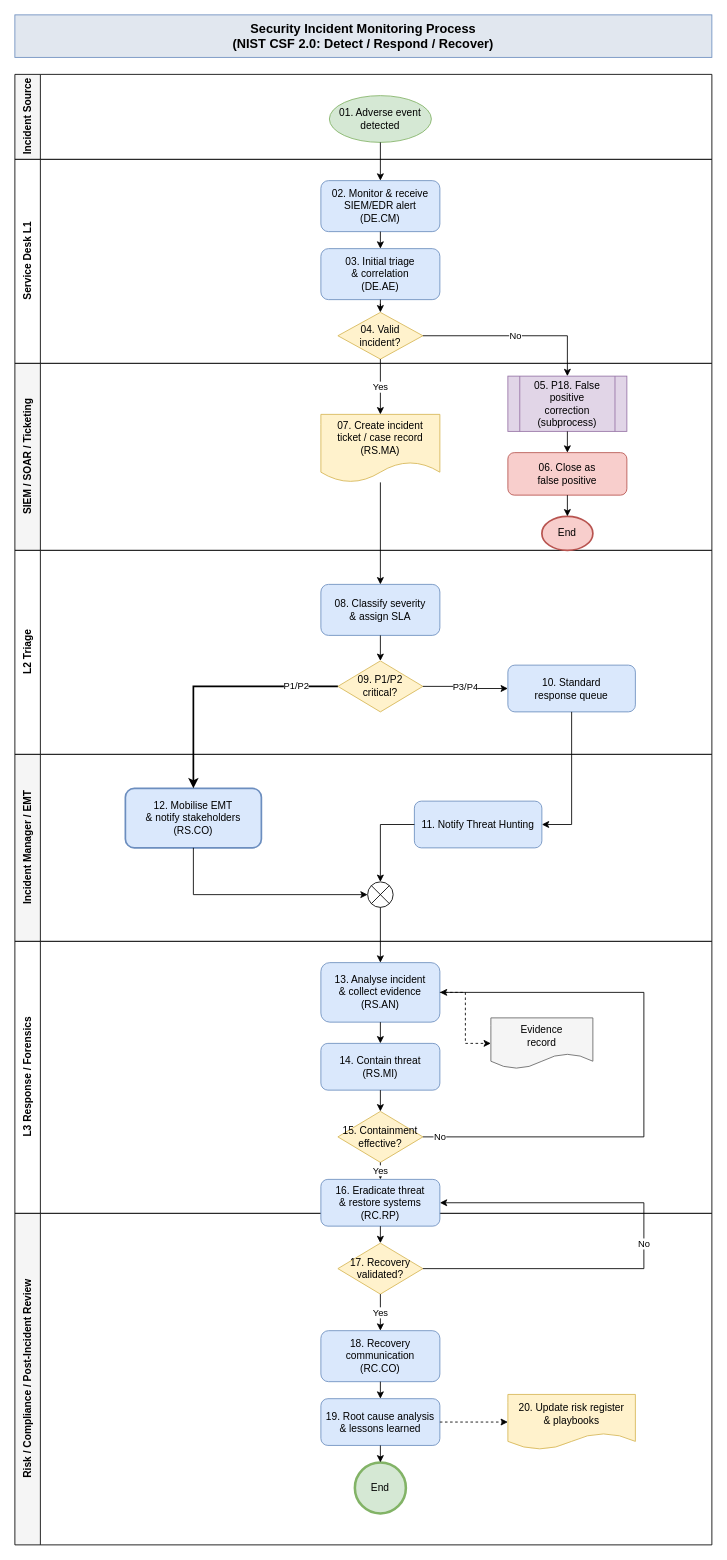
This is csf2_incident_monitoring.drawio from 94d44027/ProcessTest, a draw.io file, before an edit. Source tidied: cells renumbered, new cells numbered last; positions are measured from the earlier drawing's top-left corner, leaving out a move shared by most shapes. Both pictures are drawn from the tidied source at 85%, with x=0, y=0 at pixel (14, 14).
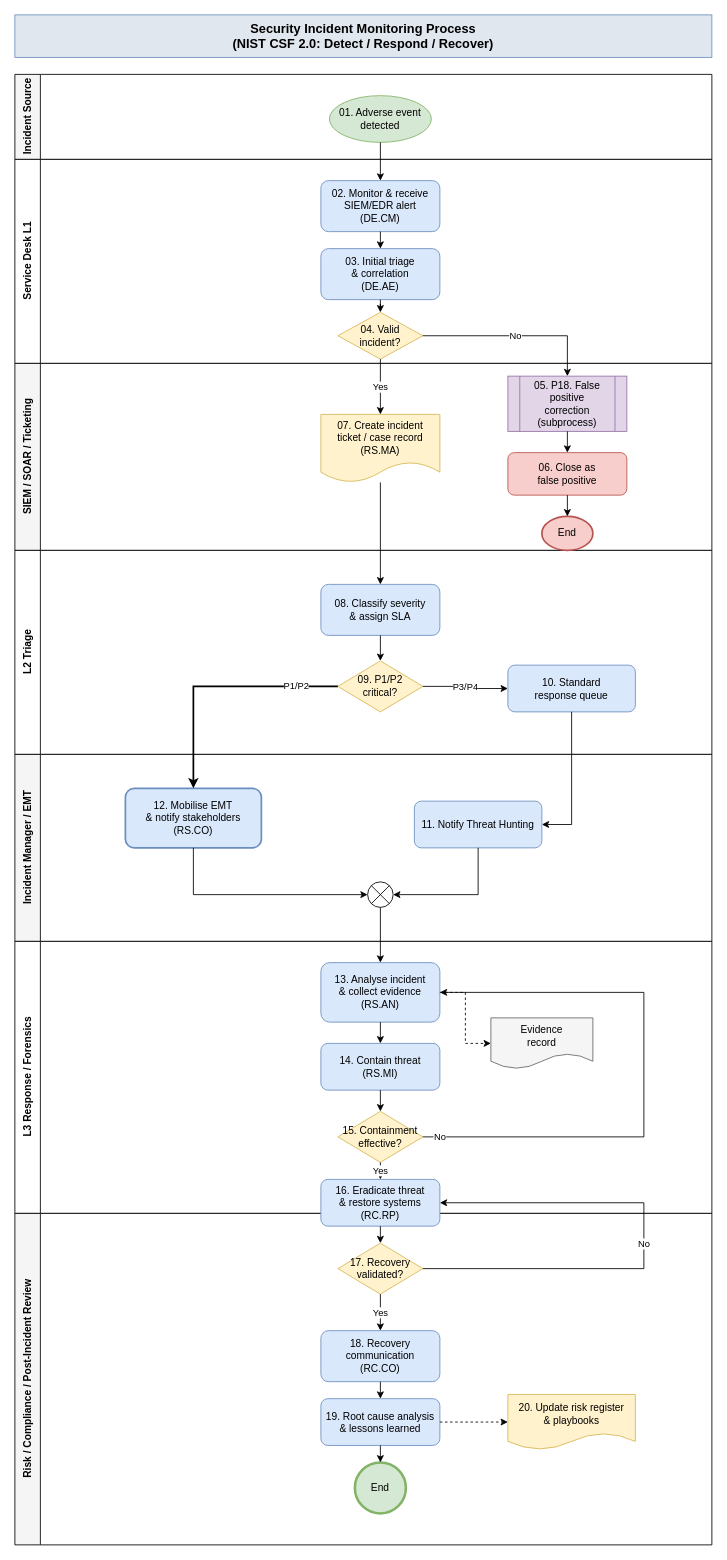
The same page after the edit.

The change refers to these unchanged cells:
```xml
<mxCell id="8" value="11. Notify Threat Hunting" style="rounded=1;whiteSpace=wrap;html=1;fillColor=#dae8fc;strokeColor=#6c8ebf;" parent="7" vertex="1">
  <mxGeometry x="470" y="55" width="150" height="55" as="geometry" />
</mxCell>
<mxCell id="24" style="shape=mxgraph.flowchart.or;html=1;backgroundOutline=1;" parent="1" vertex="1">
  <mxGeometry x="415" y="1020" width="30" height="30" as="geometry" />
</mxCell>
```

Change to the diagram source:
```diff
@@
-    <mxCell id="59" style="edgeStyle=orthogonalEdgeStyle;rounded=0;html=1;endArrow=classic;exitX=0;exitY=0.5;exitDx=0;exitDy=0;entryX=0.5;entryY=0;entryDx=0;entryDy=0;entryPerimeter=0;" parent="1" edge="1" source="8" target="24">
+    <mxCell id="59" style="edgeStyle=orthogonalEdgeStyle;rounded=0;html=1;endArrow=classic;exitX=0.5;exitY=1;exitDx=0;exitDy=0;entryX=1;entryY=0.5;entryDx=0;entryDy=0;entryPerimeter=0;" parent="1" edge="1" source="8" target="24">
       <mxGeometry relative="1" as="geometry" />
     </mxCell>
```
